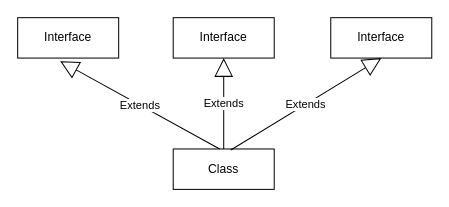
The draw.io diagram MultipleInheritence.drawio in ashutosh-shashi/DrawIoProject, before the edit. Source tidied: cells renumbered, new cells numbered last; positions are measured from the earlier drawing's top-left corner, leaving out a move shared by most shapes. Both pictures are drawn from the tidied source at 101%, with x=0, y=0 at pixel (17, 17).
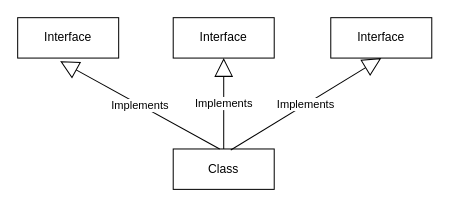
Above is the later version.

The edit, as a diff of the source:
```diff
@@
 <mxGraphModel>
   <root>
     <mxCell id="0" />
     <mxCell id="1" parent="0" />
     <mxCell id="2" value="Interface" style="whiteSpace=wrap;html=1;align=center;" parent="1" vertex="1">
       <mxGeometry width="100" height="40" as="geometry" />
     </mxCell>
     <mxCell id="3" value="Interface" style="whiteSpace=wrap;html=1;align=center;" parent="1" vertex="1">
       <mxGeometry x="154" width="100" height="40" as="geometry" />
     </mxCell>
     <mxCell id="4" value="Class" style="whiteSpace=wrap;html=1;align=center;" parent="1" vertex="1">
       <mxGeometry x="154" y="130" width="100" height="40" as="geometry" />
     </mxCell>
     <mxCell id="5" value="Interface" style="whiteSpace=wrap;html=1;align=center;" parent="1" vertex="1">
       <mxGeometry x="310" width="100" height="40" as="geometry" />
     </mxCell>
-    <mxCell id="6" value="Extends" style="endArrow=block;endSize=16;endFill=0;html=1;entryX=0.5;entryY=1;entryDx=0;entryDy=0;exitX=0.5;exitY=0;exitDx=0;exitDy=0;" parent="1" edge="1" source="4" target="3">
+    <mxCell id="6" value="Implements" style="endArrow=block;endSize=16;endFill=0;html=1;entryX=0.5;entryY=1;entryDx=0;entryDy=0;exitX=0.5;exitY=0;exitDx=0;exitDy=0;" parent="1" edge="1" source="4" target="3">
       <mxGeometry relative="1" as="geometry" />
     </mxCell>
-    <mxCell id="7" value="Extends" style="endArrow=block;endSize=16;endFill=0;html=1;entryX=0.5;entryY=1;entryDx=0;entryDy=0;exitX=0.57;exitY=0.025;exitDx=0;exitDy=0;exitPerimeter=0;" parent="1" edge="1" source="4" target="5">
+    <mxCell id="7" value="Implements" style="endArrow=block;endSize=16;endFill=0;html=1;entryX=0.5;entryY=1;entryDx=0;entryDy=0;exitX=0.57;exitY=0.025;exitDx=0;exitDy=0;exitPerimeter=0;" parent="1" edge="1" source="4" target="5">
       <mxGeometry relative="1" as="geometry" />
     </mxCell>
-    <mxCell id="8" value="Extends" style="endArrow=block;endSize=16;endFill=0;html=1;entryX=0.42;entryY=1.075;entryDx=0;entryDy=0;entryPerimeter=0;" parent="1" edge="1" target="2">
+    <mxCell id="8" value="Implements" style="endArrow=block;endSize=16;endFill=0;html=1;entryX=0.42;entryY=1.075;entryDx=0;entryDy=0;entryPerimeter=0;" parent="1" edge="1" target="2">
       <mxGeometry relative="1" as="geometry">
         <mxPoint x="200" y="130" as="sourcePoint" />
       </mxGeometry>
     </mxCell>
   </root>
 </mxGraphModel>
```
